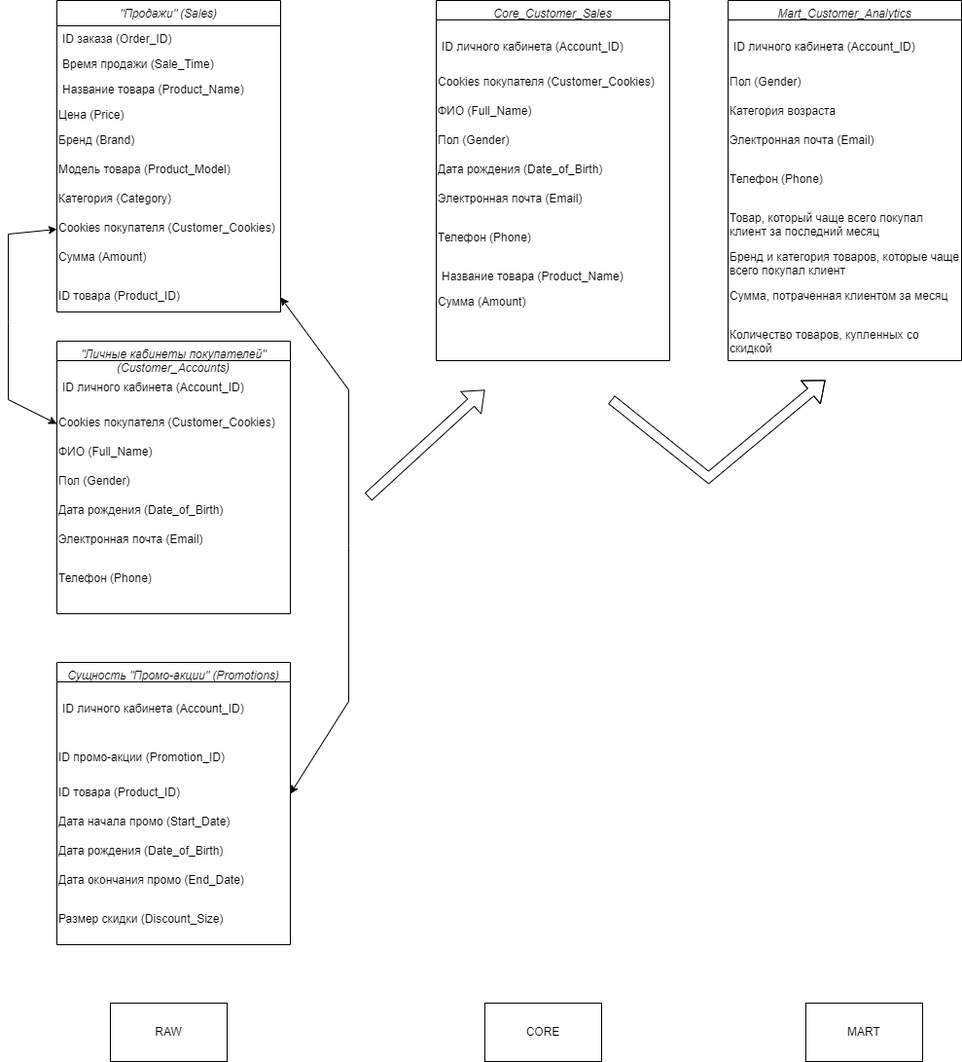
Earlier version of the draw.io export DWH продажи - маркетинг.png (gden01/1T_DE_2.6). Source tidied: cells renumbered, new cells last; positions are measured from the earlier drawing's top-left corner, leaving out a move shared by most shapes.
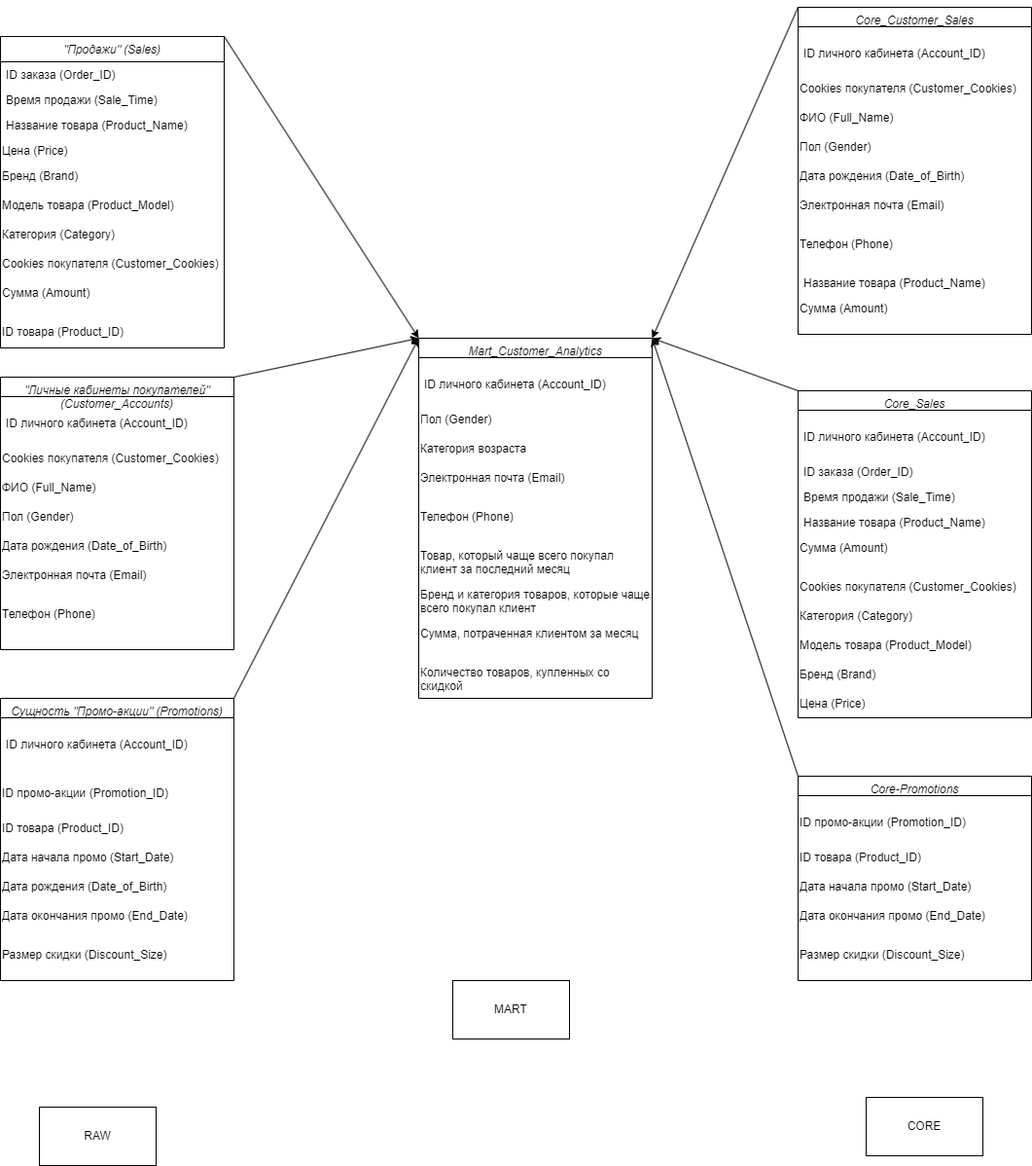
The same diagram one commit later.

Commit message:
3NF в стиле звезда

Change to the diagram source:
```diff
@@ -83,26 +83,8 @@
     <mxCell id="28" value="Размер скидки (Discount_Size)" style="text;whiteSpace=wrap;html=1;" parent="21" vertex="1">
       <mxGeometry y="250" width="240" height="40" as="geometry" />
     </mxCell>
-    <mxCell id="29" style="endArrow=classic;startArrow=classic;html=1;rounded=0;exitX=0;exitY=0.5;exitDx=0;exitDy=0;entryX=0;entryY=0.5;entryDx=0;entryDy=0;" parent="1" edge="1" source="15" target="10">
-      <mxGeometry relative="1" as="geometry">
-        <Array as="points">
-          <mxPoint y="410" />
-          <mxPoint y="330" />
-          <mxPoint y="240" />
-        </Array>
-      </mxGeometry>
-    </mxCell>
-    <mxCell id="30" style="endArrow=classic;startArrow=classic;html=1;rounded=0;entryX=1;entryY=0.5;entryDx=0;entryDy=0;exitX=1;exitY=0.5;exitDx=0;exitDy=0;" parent="1" edge="1" source="24" target="12">
-      <mxGeometry relative="1" as="geometry">
-        <Array as="points">
-          <mxPoint x="350" y="720" />
-          <mxPoint x="350" y="560" />
-          <mxPoint x="350" y="400" />
-        </Array>
-      </mxGeometry>
-    </mxCell>
     <mxCell id="31" value="Core_Customer_Sales" style="swimlane;fontStyle=2;align=center;verticalAlign=top;horizontal=1;startSize=20;rounded=0;shadow=0;strokeWidth=1;" parent="1" vertex="1">
-      <mxGeometry x="440" width="240" height="370" as="geometry" />
+      <mxGeometry x="870" y="-30" width="240" height="336" as="geometry" />
     </mxCell>
     <mxCell id="32" value="&#10;ID личного кабинета (Account_ID)" style="text;align=left;verticalAlign=top;spacingLeft=4;spacingRight=4;overflow=hidden;rounded=0;shadow=0;html=0;" parent="31" vertex="1">
       <mxGeometry y="20" width="240" height="50" as="geometry" />
@@ -132,7 +114,7 @@
       <mxGeometry y="296" width="240" height="40" as="geometry" />
     </mxCell>
     <mxCell id="41" value="Mart_Customer_Analytics" style="swimlane;fontStyle=2;align=center;verticalAlign=top;horizontal=1;startSize=20;rounded=0;shadow=0;strokeWidth=1;" parent="1" vertex="1">
-      <mxGeometry x="740" width="240" height="370" as="geometry" />
+      <mxGeometry x="480" y="310" width="240" height="370" as="geometry" />
     </mxCell>
     <mxCell id="42" value="&#10;ID личного кабинета (Account_ID)" style="text;align=left;verticalAlign=top;spacingLeft=4;spacingRight=4;overflow=hidden;rounded=0;shadow=0;html=0;" parent="41" vertex="1">
       <mxGeometry y="20" width="240" height="50" as="geometry" />
@@ -161,29 +143,83 @@
     <mxCell id="50" value="Количество товаров, купленных со скидкой" style="text;whiteSpace=wrap;html=1;" parent="41" vertex="1">
       <mxGeometry y="330" width="240" height="40" as="geometry" />
     </mxCell>
-    <mxCell id="51" style="shape=flexArrow;endArrow=classic;html=1;rounded=0;" parent="1" edge="1">
-      <mxGeometry relative="1" as="geometry">
-        <mxPoint x="370" y="510" as="sourcePoint" />
-        <mxPoint x="490" y="400" as="targetPoint" />
-      </mxGeometry>
-    </mxCell>
-    <mxCell id="52" style="shape=flexArrow;endArrow=classic;html=1;rounded=0;" parent="1" edge="1">
-      <mxGeometry relative="1" as="geometry">
-        <mxPoint x="620" y="410" as="sourcePoint" />
-        <mxPoint x="840" y="390" as="targetPoint" />
-        <Array as="points">
-          <mxPoint x="720" y="490" />
-        </Array>
-      </mxGeometry>
-    </mxCell>
     <mxCell id="53" value="RAW" style="rounded=0;whiteSpace=wrap;html=1;" parent="1" vertex="1">
-      <mxGeometry x="105" y="1030" width="120" height="60" as="geometry" />
+      <mxGeometry x="90" y="1100" width="120" height="60" as="geometry" />
     </mxCell>
     <mxCell id="54" value="CORE" style="rounded=0;whiteSpace=wrap;html=1;" parent="1" vertex="1">
-      <mxGeometry x="490" y="1030" width="120" height="60" as="geometry" />
+      <mxGeometry x="940" y="1090" width="120" height="60" as="geometry" />
     </mxCell>
     <mxCell id="55" value="MART" style="rounded=0;whiteSpace=wrap;html=1;" parent="1" vertex="1">
-      <mxGeometry x="820" y="1030" width="120" height="60" as="geometry" />
+      <mxGeometry x="515" y="970" width="120" height="60" as="geometry" />
     </mxCell>
+    <mxCell id="56" value="Core_Sales" style="swimlane;fontStyle=2;align=center;verticalAlign=top;horizontal=1;startSize=20;rounded=0;shadow=0;strokeWidth=1;" parent="1" vertex="1">
+      <mxGeometry x="870" y="364" width="240" height="336" as="geometry" />
+    </mxCell>
+    <mxCell id="57" value="&#10;ID личного кабинета (Account_ID)" style="text;align=left;verticalAlign=top;spacingLeft=4;spacingRight=4;overflow=hidden;rounded=0;shadow=0;html=0;" parent="56" vertex="1">
+      <mxGeometry y="20" width="240" height="50" as="geometry" />
+    </mxCell>
+    <mxCell id="58" value="ID заказа (Order_ID)" style="text;align=left;verticalAlign=top;spacingLeft=4;spacingRight=4;overflow=hidden;rounded=0;shadow=0;html=0;" parent="56" vertex="1">
+      <mxGeometry y="70" width="240" height="26" as="geometry" />
+    </mxCell>
+    <mxCell id="59" value="Время продажи (Sale_Time)" style="text;align=left;verticalAlign=top;spacingLeft=4;spacingRight=4;overflow=hidden;rounded=0;shadow=0;html=0;" parent="56" vertex="1">
+      <mxGeometry y="96" width="240" height="26" as="geometry" />
+    </mxCell>
+    <mxCell id="60" value="Название товара (Product_Name)" style="text;align=left;verticalAlign=top;spacingLeft=4;spacingRight=4;overflow=hidden;rounded=0;shadow=0;html=0;" parent="56" vertex="1">
+      <mxGeometry y="122" width="240" height="26" as="geometry" />
+    </mxCell>
+    <mxCell id="61" value="Сумма (Amount)" style="text;whiteSpace=wrap;html=1;" parent="56" vertex="1">
+      <mxGeometry y="148" width="240" height="40" as="geometry" />
+    </mxCell>
+    <mxCell id="62" value="Cookies покупателя (Customer_Cookies)" style="text;whiteSpace=wrap;html=1;" parent="56" vertex="1">
+      <mxGeometry y="188" width="240" height="30" as="geometry" />
+    </mxCell>
+    <mxCell id="63" value="Категория (Category)" style="text;whiteSpace=wrap;html=1;" parent="56" vertex="1">
+      <mxGeometry y="218" width="240" height="30" as="geometry" />
+    </mxCell>
+    <mxCell id="64" value="Модель товара (Product_Model)" style="text;whiteSpace=wrap;html=1;" parent="56" vertex="1">
+      <mxGeometry y="248" width="240" height="30" as="geometry" />
+    </mxCell>
+    <mxCell id="65" value="Бренд (Brand)" style="text;whiteSpace=wrap;html=1;" parent="56" vertex="1">
+      <mxGeometry y="278" width="240" height="30" as="geometry" />
+    </mxCell>
+    <mxCell id="66" value="Цена (Price)" style="text;whiteSpace=wrap;html=1;" parent="56" vertex="1">
+      <mxGeometry y="308" width="240" height="26" as="geometry" />
+    </mxCell>
+    <mxCell id="67" value="Core-Promotions" style="swimlane;fontStyle=2;align=center;verticalAlign=top;horizontal=1;startSize=20;rounded=0;shadow=0;strokeWidth=1;" parent="1" vertex="1">
+      <mxGeometry x="870" y="760" width="240" height="210" as="geometry" />
+    </mxCell>
+    <mxCell id="68" value="&#10;ID промо-акции (Promotion_ID)&#10;&#10;" style="text;whiteSpace=wrap;html=1;" parent="67" vertex="1">
+      <mxGeometry y="20" width="240" height="50" as="geometry" />
+    </mxCell>
+    <mxCell id="69" value="ID товара (Product_ID)" style="text;whiteSpace=wrap;html=1;" parent="67" vertex="1">
+      <mxGeometry y="70" width="240" height="30" as="geometry" />
+    </mxCell>
+    <mxCell id="70" value="Дата начала промо (Start_Date)" style="text;whiteSpace=wrap;html=1;" parent="67" vertex="1">
+      <mxGeometry y="100" width="240" height="30" as="geometry" />
+    </mxCell>
+    <mxCell id="71" value="Дата окончания промо (End_Date)" style="text;whiteSpace=wrap;html=1;" parent="67" vertex="1">
+      <mxGeometry y="130" width="240" height="40" as="geometry" />
+    </mxCell>
+    <mxCell id="72" value="Размер скидки (Discount_Size)" style="text;whiteSpace=wrap;html=1;" parent="67" vertex="1">
+      <mxGeometry y="170" width="240" height="40" as="geometry" />
+    </mxCell>
+    <mxCell id="73" style="endArrow=classic;html=1;rounded=0;exitX=1;exitY=0;exitDx=0;exitDy=0;entryX=0;entryY=0;entryDx=0;entryDy=0;" parent="1" edge="1" source="2" target="41">
+      <mxGeometry relative="1" as="geometry" />
+    </mxCell>
+    <mxCell id="74" style="endArrow=classic;html=1;rounded=0;exitX=1;exitY=0;exitDx=0;exitDy=0;entryX=0;entryY=0;entryDx=0;entryDy=0;" parent="1" edge="1" source="13" target="41">
+      <mxGeometry relative="1" as="geometry" />
+    </mxCell>
+    <mxCell id="75" style="endArrow=classic;html=1;rounded=0;exitX=1;exitY=0;exitDx=0;exitDy=0;entryX=0;entryY=0;entryDx=0;entryDy=0;" parent="1" edge="1" source="21" target="41">
+      <mxGeometry relative="1" as="geometry" />
+    </mxCell>
+    <mxCell id="76" style="endArrow=classic;html=1;rounded=0;exitX=0;exitY=0;exitDx=0;exitDy=0;entryX=1;entryY=0;entryDx=0;entryDy=0;" parent="1" edge="1" source="31" target="41">
+      <mxGeometry relative="1" as="geometry" />
+    </mxCell>
+    <mxCell id="77" style="endArrow=classic;html=1;rounded=0;entryX=1;entryY=0;entryDx=0;entryDy=0;exitX=0;exitY=0;exitDx=0;exitDy=0;" parent="1" edge="1" source="56" target="41">
+      <mxGeometry relative="1" as="geometry" />
+    </mxCell>
+    <mxCell id="78" style="endArrow=classic;html=1;rounded=0;exitX=0;exitY=0;exitDx=0;exitDy=0;entryX=1;entryY=0;entryDx=0;entryDy=0;" parent="1" edge="1" source="67" target="41">
+      <mxGeometry relative="1" as="geometry" />
+    </mxCell>
   </root>
 </mxGraphModel>
```
